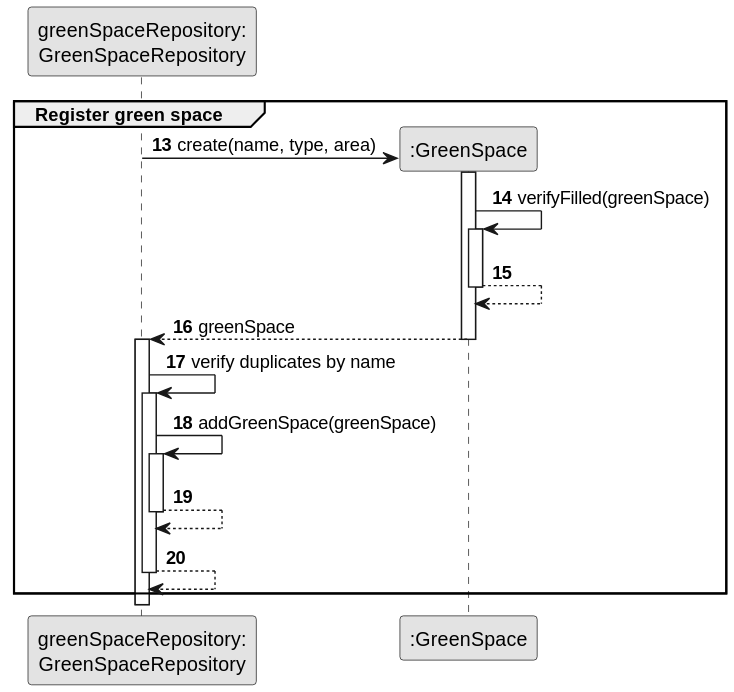
Above: docs/sprintC/us020/03.design/svg/us020-sequence-diagram-partial-register-green-space.svg in ricardomm7/leaflink (PlantUML), before the change. Source of this version:
```plantuml
@startuml
skinparam monochrome true
skinparam packageStyle rectangle
skinparam shadowing false

autonumber


participant "greenSpaceRepository:\nGreenSpaceRepository" as gsrepo
participant ":GreenSpace" as GS

autonumber 13




    group Register green space


gsrepo -> GS** : create(name, type, area)

activate GS
GS -> GS : verifyFilled(greenSpace)
activate GS
GS--> GS
deactivate GS
GS --> gsrepo : greenSpace
deactivate GS
activate gsrepo
gsrepo -> gsrepo : verify duplicates by name
activate gsrepo
gsrepo -> gsrepo : addGreenSpace(greenSpace)
activate gsrepo
gsrepo-->gsrepo
deactivate gsrepo
gsrepo-->gsrepo
deactivate gsrepo
    end
@enduml
```
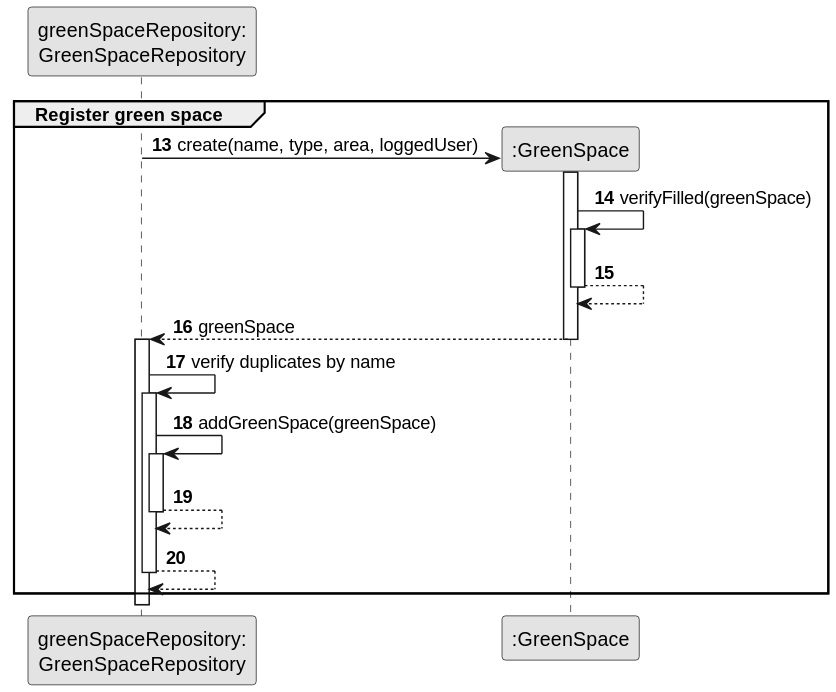
After the commit.

The edit, as a diff of the source:
```diff
@@ -17,7 +17,7 @@
     group Register green space
 
 
-gsrepo -> GS** : create(name, type, area)
+gsrepo -> GS** : create(name, type, area, loggedUser)
 
 activate GS
 GS -> GS : verifyFilled(greenSpace)
```
